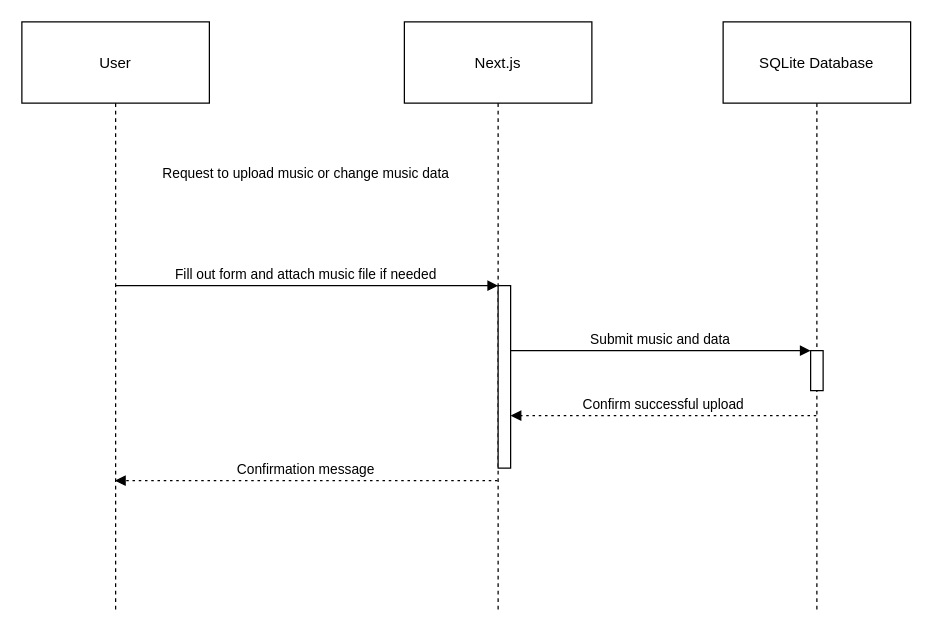
Above: charts/uploadMusic.drawio in Hearlex/smart-playlist (draw.io), before the change. Source tidied: cells renumbered, new cells numbered last; positions are measured from the earlier drawing's top-left corner, leaving out a move shared by most shapes. Both pictures are drawn from the tidied source at 125%, with x=0, y=0 at pixel (21, 21).
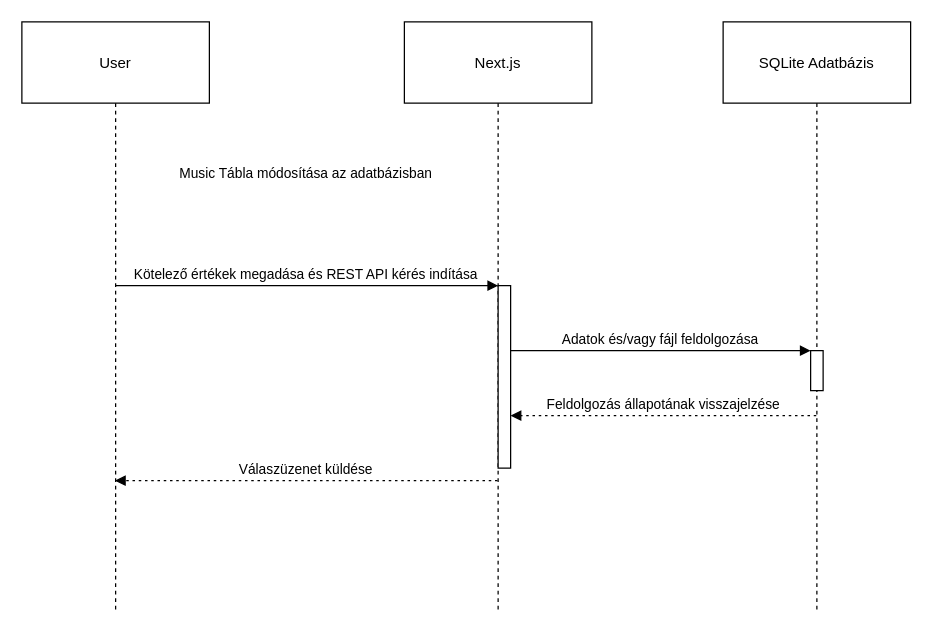
The same page after the edit.

What changed in the source:
```diff
@@
 <mxGraphModel>
   <root>
     <mxCell id="0" />
     <mxCell id="1" parent="0" />
     <mxCell id="2" value="User" style="shape=umlLifeline;perimeter=lifelinePerimeter;whiteSpace=wrap;outlineConnect=0;portConstraint=eastwest;newEdgeStyle={&quot;edgeStyle&quot;:&quot;elbowEdgeStyle&quot;,&quot;elbow&quot;:&quot;vertical&quot;,&quot;curved&quot;:0,&quot;rounded&quot;:0};size=65;" parent="1" vertex="1">
       <mxGeometry width="150" height="472" as="geometry" />
     </mxCell>
     <mxCell id="3" value="Next.js" style="shape=umlLifeline;perimeter=lifelinePerimeter;whiteSpace=wrap;outlineConnect=0;portConstraint=eastwest;newEdgeStyle={&quot;edgeStyle&quot;:&quot;elbowEdgeStyle&quot;,&quot;elbow&quot;:&quot;vertical&quot;,&quot;curved&quot;:0,&quot;rounded&quot;:0};size=65;" parent="1" vertex="1">
       <mxGeometry x="306" width="150" height="472" as="geometry" />
     </mxCell>
     <mxCell id="4" style="points=[];perimeter=orthogonalPerimeter;outlineConnect=0;targetShapes=umlLifeline;portConstraint=eastwest;newEdgeStyle={&quot;edgeStyle&quot;:&quot;elbowEdgeStyle&quot;,&quot;elbow&quot;:&quot;vertical&quot;,&quot;curved&quot;:0,&quot;rounded&quot;:0};" parent="3" vertex="1">
       <mxGeometry x="75" y="211" width="10" height="146" as="geometry" />
     </mxCell>
-    <mxCell id="5" value="SQLite Database" style="shape=umlLifeline;perimeter=lifelinePerimeter;whiteSpace=wrap;outlineConnect=0;portConstraint=eastwest;newEdgeStyle={&quot;edgeStyle&quot;:&quot;elbowEdgeStyle&quot;,&quot;elbow&quot;:&quot;vertical&quot;,&quot;curved&quot;:0,&quot;rounded&quot;:0};size=65;" parent="1" vertex="1">
+    <mxCell id="5" value="SQLite Adatbázis" style="shape=umlLifeline;perimeter=lifelinePerimeter;whiteSpace=wrap;outlineConnect=0;portConstraint=eastwest;newEdgeStyle={&quot;edgeStyle&quot;:&quot;elbowEdgeStyle&quot;,&quot;elbow&quot;:&quot;vertical&quot;,&quot;curved&quot;:0,&quot;rounded&quot;:0};size=65;" parent="1" vertex="1">
       <mxGeometry x="561" width="150" height="472" as="geometry" />
     </mxCell>
     <mxCell id="6" style="points=[];perimeter=orthogonalPerimeter;outlineConnect=0;targetShapes=umlLifeline;portConstraint=eastwest;newEdgeStyle={&quot;edgeStyle&quot;:&quot;elbowEdgeStyle&quot;,&quot;elbow&quot;:&quot;vertical&quot;,&quot;curved&quot;:0,&quot;rounded&quot;:0};" parent="5" vertex="1">
       <mxGeometry x="70" y="263" width="10" height="32" as="geometry" />
     </mxCell>
-    <mxCell id="7" value="Request to upload music or change music data" style="verticalAlign=bottom;endArrow=block;edgeStyle=elbowEdgeStyle;elbow=vertical;curved=0;rounded=0;strokeColor=none;" parent="1" edge="1" source="2" target="3">
+    <mxCell id="7" value="Music Tábla módosítása az adatbázisban" style="verticalAlign=bottom;endArrow=block;edgeStyle=elbowEdgeStyle;elbow=vertical;curved=0;rounded=0;strokeColor=none;" parent="1" edge="1" source="2" target="3">
       <mxGeometry relative="1" as="geometry">
         <Array as="points">
           <mxPoint x="230" y="130" />
           <mxPoint x="238" y="107" />
         </Array>
       </mxGeometry>
     </mxCell>
-    <mxCell id="8" value="Fill out form and attach music file if needed" style="verticalAlign=bottom;endArrow=block;edgeStyle=elbowEdgeStyle;elbow=vertical;curved=0;rounded=0;" parent="1" edge="1" source="2" target="4">
+    <mxCell id="8" value="Kötelező értékek megadása és REST API kérés indítása" style="verticalAlign=bottom;endArrow=block;edgeStyle=elbowEdgeStyle;elbow=vertical;curved=0;rounded=0;" parent="1" edge="1" source="2" target="4">
       <mxGeometry relative="1" as="geometry">
         <Array as="points">
           <mxPoint x="238" y="211" />
         </Array>
       </mxGeometry>
     </mxCell>
-    <mxCell id="9" value="Submit music and data" style="verticalAlign=bottom;endArrow=block;edgeStyle=elbowEdgeStyle;elbow=vertical;curved=0;rounded=0;" parent="1" edge="1" source="4" target="6">
+    <mxCell id="9" value="Adatok és/vagy fájl feldolgozása" style="verticalAlign=bottom;endArrow=block;edgeStyle=elbowEdgeStyle;elbow=vertical;curved=0;rounded=0;" parent="1" edge="1" source="4" target="6">
       <mxGeometry relative="1" as="geometry">
         <Array as="points">
           <mxPoint x="524" y="263" />
         </Array>
       </mxGeometry>
     </mxCell>
-    <mxCell id="10" value="Confirm successful upload" style="verticalAlign=bottom;endArrow=block;edgeStyle=elbowEdgeStyle;elbow=vertical;curved=0;rounded=0;dashed=1;dashPattern=2 3;" parent="1" edge="1" source="5" target="4">
+    <mxCell id="10" value="Feldolgozás állapotának visszajelzése" style="verticalAlign=bottom;endArrow=block;edgeStyle=elbowEdgeStyle;elbow=vertical;curved=0;rounded=0;dashed=1;dashPattern=2 3;" parent="1" edge="1" source="5" target="4">
       <mxGeometry relative="1" as="geometry">
         <Array as="points">
           <mxPoint x="521" y="315" />
         </Array>
       </mxGeometry>
     </mxCell>
-    <mxCell id="11" value="Confirmation message" style="verticalAlign=bottom;endArrow=block;edgeStyle=elbowEdgeStyle;elbow=vertical;curved=0;rounded=0;dashed=1;dashPattern=2 3;" parent="1" edge="1" source="3" target="2">
+    <mxCell id="11" value="Válaszüzenet küldése" style="verticalAlign=bottom;endArrow=block;edgeStyle=elbowEdgeStyle;elbow=vertical;curved=0;rounded=0;dashed=1;dashPattern=2 3;" parent="1" edge="1" source="3" target="2">
       <mxGeometry relative="1" as="geometry">
         <Array as="points">
           <mxPoint x="238" y="367" />
         </Array>
       </mxGeometry>
     </mxCell>
   </root>
 </mxGraphModel>
```
